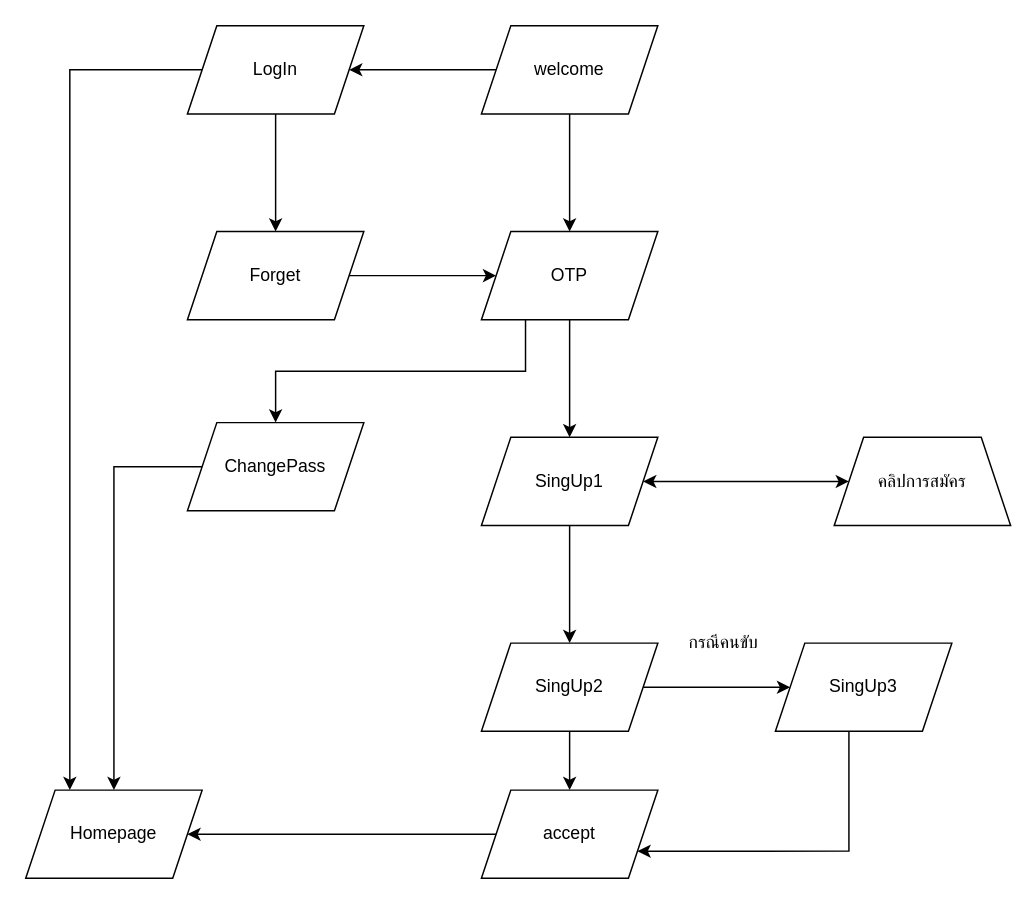
Above: signup.drawio in jiwliw/freeit (draw.io), before the change. Source tidied: cells renumbered, new cells numbered last; positions are measured from the earlier drawing's top-left corner, leaving out a move shared by most shapes. Both pictures are drawn from the tidied source at 147%, with x=0, y=0 at pixel (25, 25).
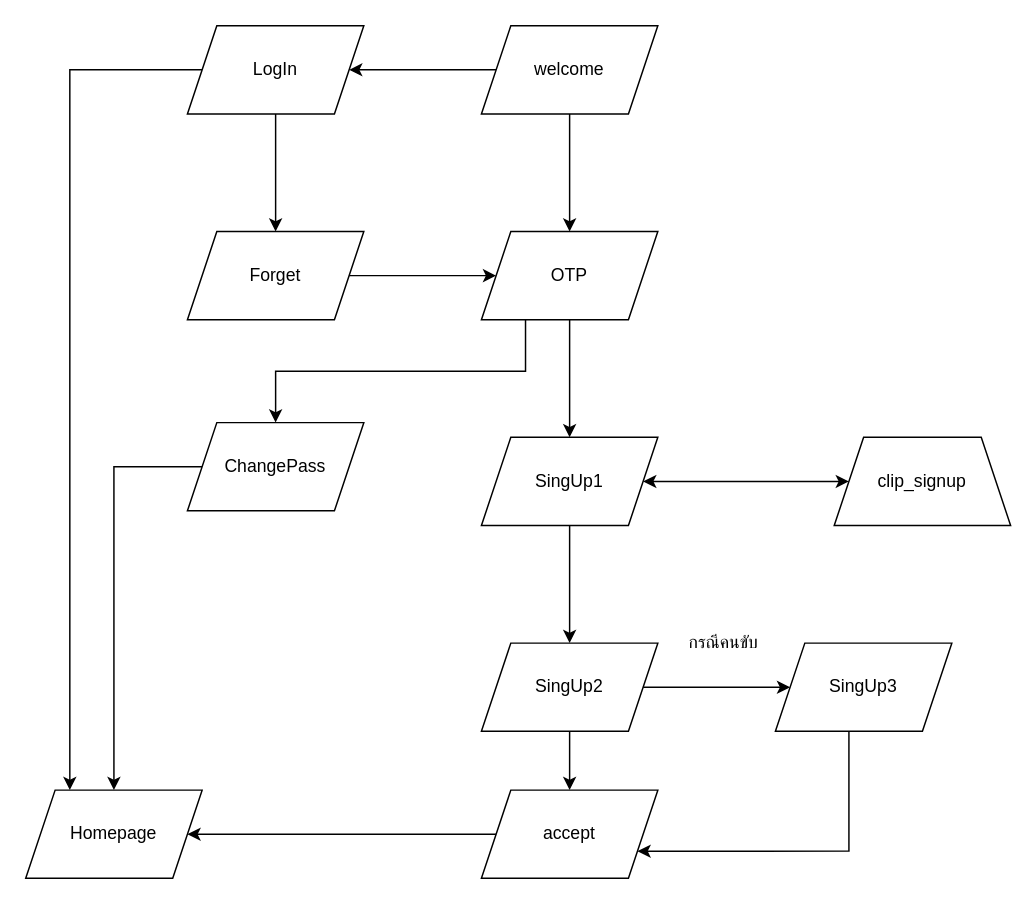
After the change.

What changed in the source:
```diff
@@
-    <mxCell id="26" value="คลิปการสมัคร" style="shape=trapezoid;perimeter=trapezoidPerimeter;whiteSpace=wrap;html=1;fixedSize=1;" parent="1" vertex="1">
+    <mxCell id="26" value="clip_signup" style="shape=trapezoid;perimeter=trapezoidPerimeter;whiteSpace=wrap;html=1;fixedSize=1;" parent="1" vertex="1">
       <mxGeometry x="550" y="280" width="120" height="60" as="geometry" />
     </mxCell>
```
